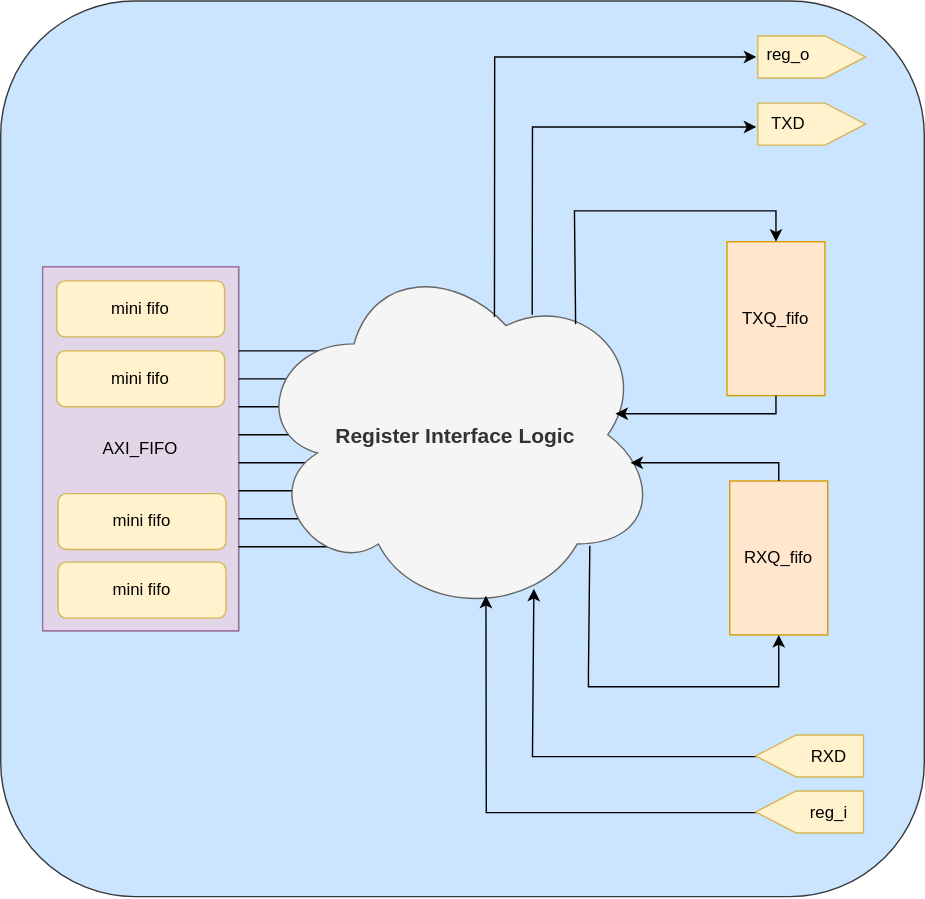
Before: document/axi4l_uart_regif.svg, a diagram exported from draw.io (ADN-VLSI/SC-SoC). Source tidied: cells renumbered, new cells last; positions are measured from the earlier drawing's top-left corner, leaving out a move shared by most shapes. Source of this version:
```xml
<mxGraphModel>
  <root>
    <mxCell id="0" />
    <mxCell id="1" parent="0" />
    <mxCell id="2" style="rounded=1;whiteSpace=wrap;html=1;fillColor=#cce5ff;strokeColor=#36393d;" parent="1" vertex="1">
      <mxGeometry width="660" height="640" as="geometry" />
    </mxCell>
    <mxCell id="3" style="group;fillColor=#fff2cc;strokeColor=#d6b656;" parent="1" vertex="1">
      <mxGeometry x="30" y="190" width="140" height="260" as="geometry" />
    </mxCell>
    <mxCell id="4" style="group;fillColor=#e1d5e7;strokeColor=#9673a6;" parent="3" vertex="1">
      <mxGeometry width="140" height="260" as="geometry" />
    </mxCell>
    <mxCell id="5" value="AXI_FIFO" style="rounded=0;whiteSpace=wrap;html=1;fillColor=#e1d5e7;strokeColor=#9673a6;" parent="4" vertex="1">
      <mxGeometry width="140" height="260" as="geometry" />
    </mxCell>
    <mxCell id="6" value="mini fifo" style="rounded=1;whiteSpace=wrap;html=1;fillColor=#fff2cc;strokeColor=#d6b656;" parent="4" vertex="1">
      <mxGeometry x="10" y="10" width="120" height="40" as="geometry" />
    </mxCell>
    <mxCell id="7" value="mini fifo" style="rounded=1;whiteSpace=wrap;html=1;fillColor=#fff2cc;strokeColor=#d6b656;" parent="4" vertex="1">
      <mxGeometry x="11" y="211" width="120" height="40" as="geometry" />
    </mxCell>
    <mxCell id="8" value="mini fifo" style="rounded=1;whiteSpace=wrap;html=1;fillColor=#fff2cc;strokeColor=#d6b656;" parent="4" vertex="1">
      <mxGeometry x="10" y="60" width="120" height="40" as="geometry" />
    </mxCell>
    <mxCell id="9" value="mini fifo" style="rounded=1;whiteSpace=wrap;html=1;fillColor=#fff2cc;strokeColor=#d6b656;" parent="4" vertex="1">
      <mxGeometry x="11" y="162" width="120" height="40" as="geometry" />
    </mxCell>
    <mxCell id="10" style="group;" parent="1" vertex="1">
      <mxGeometry x="170" y="250" width="70" height="140" as="geometry" />
    </mxCell>
    <mxCell id="11" style="endArrow=none;html=1;" parent="10" edge="1">
      <mxGeometry relative="1" as="geometry">
        <mxPoint as="sourcePoint" />
        <mxPoint x="70" as="targetPoint" />
      </mxGeometry>
    </mxCell>
    <mxCell id="12" style="group;" parent="10" vertex="1">
      <mxGeometry y="20" width="70" height="120" as="geometry" />
    </mxCell>
    <mxCell id="13" style="endArrow=none;html=1;" parent="12" edge="1">
      <mxGeometry relative="1" as="geometry">
        <mxPoint y="120" as="sourcePoint" />
        <mxPoint x="70" y="120" as="targetPoint" />
      </mxGeometry>
    </mxCell>
    <mxCell id="14" style="endArrow=none;html=1;" parent="12" edge="1">
      <mxGeometry relative="1" as="geometry">
        <mxPoint as="sourcePoint" />
        <mxPoint x="70" as="targetPoint" />
      </mxGeometry>
    </mxCell>
    <mxCell id="15" style="endArrow=none;html=1;" parent="12" edge="1">
      <mxGeometry relative="1" as="geometry">
        <mxPoint y="20" as="sourcePoint" />
        <mxPoint x="70" y="20" as="targetPoint" />
      </mxGeometry>
    </mxCell>
    <mxCell id="16" style="endArrow=none;html=1;" parent="12" edge="1">
      <mxGeometry relative="1" as="geometry">
        <mxPoint y="40" as="sourcePoint" />
        <mxPoint x="70" y="40" as="targetPoint" />
      </mxGeometry>
    </mxCell>
    <mxCell id="17" style="endArrow=none;html=1;" parent="12" edge="1">
      <mxGeometry relative="1" as="geometry">
        <mxPoint y="60" as="sourcePoint" />
        <mxPoint x="70" y="60" as="targetPoint" />
      </mxGeometry>
    </mxCell>
    <mxCell id="18" style="endArrow=none;html=1;" parent="12" edge="1">
      <mxGeometry relative="1" as="geometry">
        <mxPoint y="80" as="sourcePoint" />
        <mxPoint x="70" y="80" as="targetPoint" />
      </mxGeometry>
    </mxCell>
    <mxCell id="19" style="endArrow=none;html=1;" parent="12" edge="1">
      <mxGeometry relative="1" as="geometry">
        <mxPoint y="100" as="sourcePoint" />
        <mxPoint x="70" y="100" as="targetPoint" />
      </mxGeometry>
    </mxCell>
    <mxCell id="20" value="&lt;font style=&quot;font-size: 15px;&quot;&gt;&lt;b style=&quot;&quot;&gt;Register Interface Logic&lt;/b&gt;&lt;/font&gt;" style="ellipse;shape=cloud;whiteSpace=wrap;html=1;fillColor=#f5f5f5;strokeColor=#666666;fontColor=#333333;" parent="1" vertex="1">
      <mxGeometry x="180" y="180" width="290" height="260" as="geometry" />
    </mxCell>
    <mxCell id="21" value="TXQ_fifo" style="rounded=0;whiteSpace=wrap;html=1;fillColor=#ffe6cc;strokeColor=#d79b00;" parent="1" vertex="1">
      <mxGeometry x="519" y="172" width="70" height="110" as="geometry" />
    </mxCell>
    <mxCell id="22" style="endArrow=classic;html=1;exitX=0.5;exitY=1;exitDx=0;exitDy=0;entryX=0.894;entryY=0.442;entryDx=0;entryDy=0;entryPerimeter=0;rounded=0;curved=0;" parent="1" edge="1" source="21" target="20">
      <mxGeometry relative="1" as="geometry">
        <Array as="points">
          <mxPoint x="554" y="295" />
        </Array>
      </mxGeometry>
    </mxCell>
    <mxCell id="23" value="RXQ_fifo" style="rounded=0;whiteSpace=wrap;html=1;fillColor=#ffe6cc;strokeColor=#d79b00;" parent="1" vertex="1">
      <mxGeometry x="521" y="343" width="70" height="110" as="geometry" />
    </mxCell>
    <mxCell id="24" style="endArrow=classic;html=1;exitX=0.5;exitY=0;exitDx=0;exitDy=0;rounded=0;curved=0;" parent="1" edge="1" source="23">
      <mxGeometry relative="1" as="geometry">
        <mxPoint x="450" y="330" as="targetPoint" />
        <Array as="points">
          <mxPoint x="556" y="330" />
        </Array>
      </mxGeometry>
    </mxCell>
    <mxCell id="25" style="endArrow=classic;html=1;exitX=0.796;exitY=0.196;exitDx=0;exitDy=0;exitPerimeter=0;entryX=0.5;entryY=0;entryDx=0;entryDy=0;rounded=0;curved=0;" parent="1" edge="1" source="20" target="21">
      <mxGeometry relative="1" as="geometry">
        <Array as="points">
          <mxPoint x="410" y="150" />
          <mxPoint x="554" y="150" />
        </Array>
      </mxGeometry>
    </mxCell>
    <mxCell id="26" style="endArrow=classic;html=1;entryX=0.5;entryY=1;entryDx=0;entryDy=0;exitX=0.831;exitY=0.805;exitDx=0;exitDy=0;exitPerimeter=0;rounded=0;curved=0;" parent="1" edge="1" source="20" target="23">
      <mxGeometry relative="1" as="geometry">
        <Array as="points">
          <mxPoint x="420" y="480" />
          <mxPoint x="420" y="490" />
          <mxPoint x="556" y="490" />
        </Array>
      </mxGeometry>
    </mxCell>
    <mxCell id="27" style="endArrow=classic;html=1;exitX=0.689;exitY=0.17;exitDx=0;exitDy=0;exitPerimeter=0;rounded=0;curved=0;" parent="1" edge="1" source="20">
      <mxGeometry relative="1" as="geometry">
        <mxPoint x="540" y="90" as="targetPoint" />
        <Array as="points">
          <mxPoint x="380" y="90" />
        </Array>
      </mxGeometry>
    </mxCell>
    <mxCell id="28" style="endArrow=classic;html=1;exitX=0.596;exitY=0.176;exitDx=0;exitDy=0;exitPerimeter=0;rounded=0;curved=0;" parent="1" edge="1" source="20">
      <mxGeometry relative="1" as="geometry">
        <mxPoint x="540" y="40" as="targetPoint" />
        <Array as="points">
          <mxPoint x="353" y="40" />
        </Array>
      </mxGeometry>
    </mxCell>
    <mxCell id="29" style="endArrow=classic;html=1;rounded=0;curved=0;" parent="1" edge="1">
      <mxGeometry relative="1" as="geometry">
        <mxPoint x="540" y="540" as="sourcePoint" />
        <mxPoint x="381" y="420" as="targetPoint" />
        <Array as="points">
          <mxPoint x="380" y="540" />
        </Array>
      </mxGeometry>
    </mxCell>
    <mxCell id="30" style="endArrow=classic;html=1;entryX=0.575;entryY=0.942;entryDx=0;entryDy=0;entryPerimeter=0;rounded=0;curved=0;" parent="1" edge="1" target="20">
      <mxGeometry relative="1" as="geometry">
        <mxPoint x="540" y="580" as="sourcePoint" />
        <Array as="points">
          <mxPoint x="347" y="580" />
        </Array>
      </mxGeometry>
    </mxCell>
    <mxCell id="31" style="group;" parent="1" vertex="1">
      <mxGeometry x="541" y="25" width="77" height="30" as="geometry" />
    </mxCell>
    <mxCell id="32" style="shape=offPageConnector;whiteSpace=wrap;html=1;rotation=-90;fillColor=#fff2cc;strokeColor=#d6b656;" parent="31" vertex="1">
      <mxGeometry x="23.5" y="-23.5" width="30" height="77" as="geometry" />
    </mxCell>
    <mxCell id="33" value="reg_o" style="rounded=0;whiteSpace=wrap;html=1;dashed=1;dashPattern=8 8;strokeWidth=0;fillColor=none;strokeColor=none;" parent="31" vertex="1">
      <mxGeometry x="7" y="2" width="30" height="24" as="geometry" />
    </mxCell>
    <mxCell id="34" style="group;" parent="1" vertex="1">
      <mxGeometry x="541" y="73" width="77" height="30" as="geometry" />
    </mxCell>
    <mxCell id="35" style="shape=offPageConnector;whiteSpace=wrap;html=1;rotation=-90;fillColor=#fff2cc;strokeColor=#d6b656;" parent="34" vertex="1">
      <mxGeometry x="23.5" y="-23.5" width="30" height="77" as="geometry" />
    </mxCell>
    <mxCell id="36" value="TXD" style="rounded=0;whiteSpace=wrap;html=1;dashed=1;dashPattern=8 8;strokeWidth=0;fillColor=none;strokeColor=none;" parent="34" vertex="1">
      <mxGeometry x="7" y="3" width="30" height="24" as="geometry" />
    </mxCell>
    <mxCell id="37" style="group;" parent="1" vertex="1">
      <mxGeometry x="539.5" y="524.5" width="77" height="30" as="geometry" />
    </mxCell>
    <mxCell id="38" style="shape=offPageConnector;whiteSpace=wrap;html=1;rotation=90;fillColor=#fff2cc;strokeColor=#d6b656;" parent="37" vertex="1">
      <mxGeometry x="23.5" y="-23.5" width="30" height="77" as="geometry" />
    </mxCell>
    <mxCell id="39" value="RXD" style="rounded=0;whiteSpace=wrap;html=1;dashed=1;dashPattern=8 8;strokeWidth=0;fillColor=none;strokeColor=none;" parent="37" vertex="1">
      <mxGeometry x="37" y="3" width="30" height="24" as="geometry" />
    </mxCell>
    <mxCell id="40" style="group;" parent="1" vertex="1">
      <mxGeometry x="539.5" y="564.5" width="77" height="30" as="geometry" />
    </mxCell>
    <mxCell id="41" style="shape=offPageConnector;whiteSpace=wrap;html=1;rotation=90;fillColor=#fff2cc;strokeColor=#d6b656;" parent="40" vertex="1">
      <mxGeometry x="23.5" y="-23.5" width="30" height="77" as="geometry" />
    </mxCell>
    <mxCell id="42" value="reg_i" style="rounded=0;whiteSpace=wrap;html=1;dashed=1;dashPattern=8 8;strokeWidth=0;fillColor=none;strokeColor=none;" parent="40" vertex="1">
      <mxGeometry x="37" y="3" width="30" height="24" as="geometry" />
    </mxCell>
  </root>
</mxGraphModel>
```
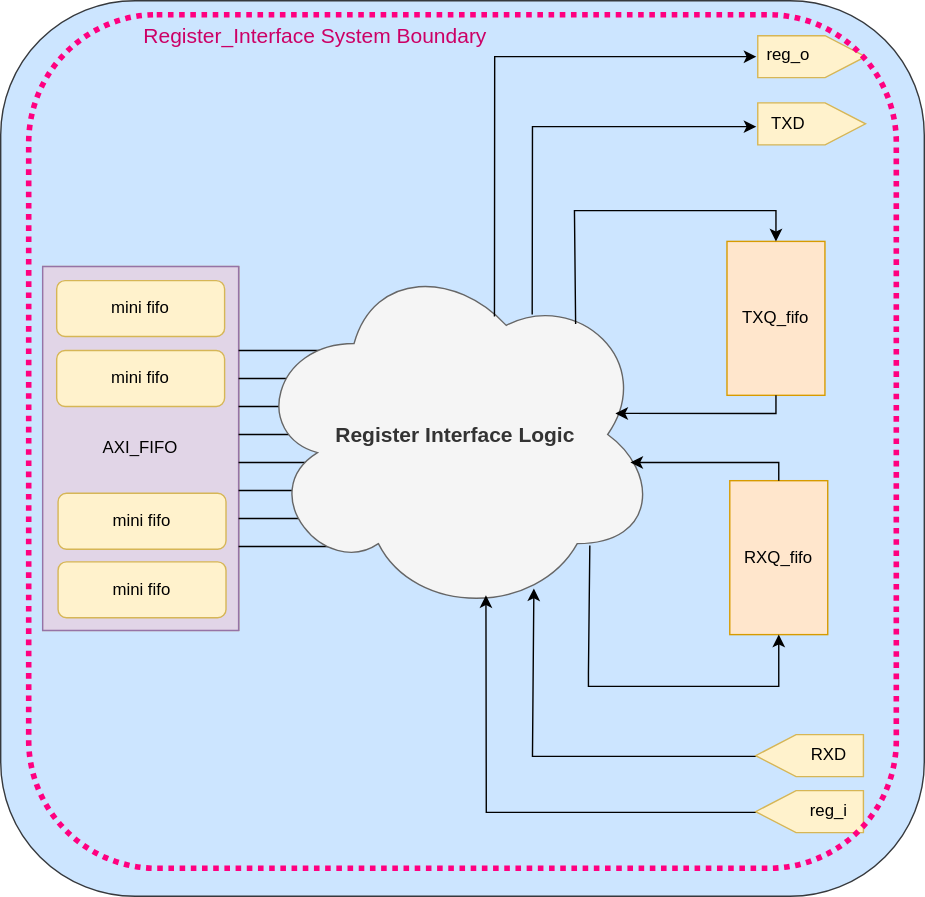
The same diagram one commit later.

Commit message:
The markdown file be Poppin! 	modified:   document/axi4l_uart_regif.svg 	modified:   document/axil_uart_regif.md

Change to the diagram source:
```diff
@@ -190,5 +190,11 @@
     <mxCell id="42" value="reg_i" style="rounded=0;whiteSpace=wrap;html=1;dashed=1;dashPattern=8 8;strokeWidth=0;fillColor=none;strokeColor=none;" parent="40" vertex="1">
       <mxGeometry x="37" y="3" width="30" height="24" as="geometry" />
     </mxCell>
+    <mxCell id="43" style="rounded=1;whiteSpace=wrap;html=1;dashed=1;fillColor=none;strokeColor=#FF0080;strokeWidth=4;dashPattern=1 1;" parent="1" vertex="1">
+      <mxGeometry x="20" y="10" width="620" height="610" as="geometry" />
+    </mxCell>
+    <mxCell id="44" value="&lt;font style=&quot;font-size: 15px; color: rgb(204, 0, 102);&quot;&gt;Register_Interface System Boundary&lt;/font&gt;" style="text;html=1;align=center;verticalAlign=middle;whiteSpace=wrap;rounded=0;" parent="1" vertex="1">
+      <mxGeometry x="90" y="10" width="270" height="30" as="geometry" />
+    </mxCell>
   </root>
 </mxGraphModel>
```
